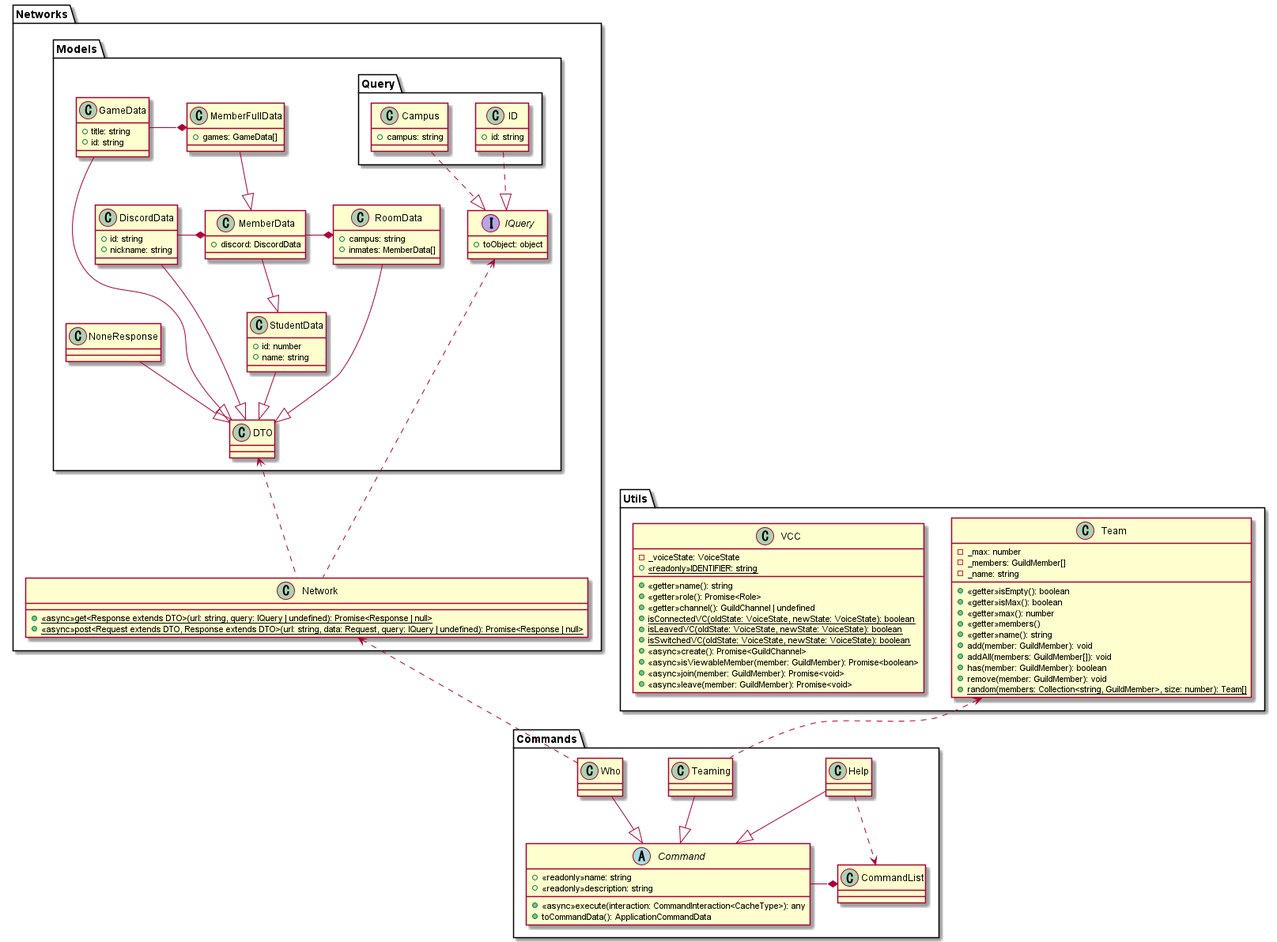
Above: out/classDiaglam/Discord-bot.png in nmskm240/Discord-bot (PlantUML), before the change.
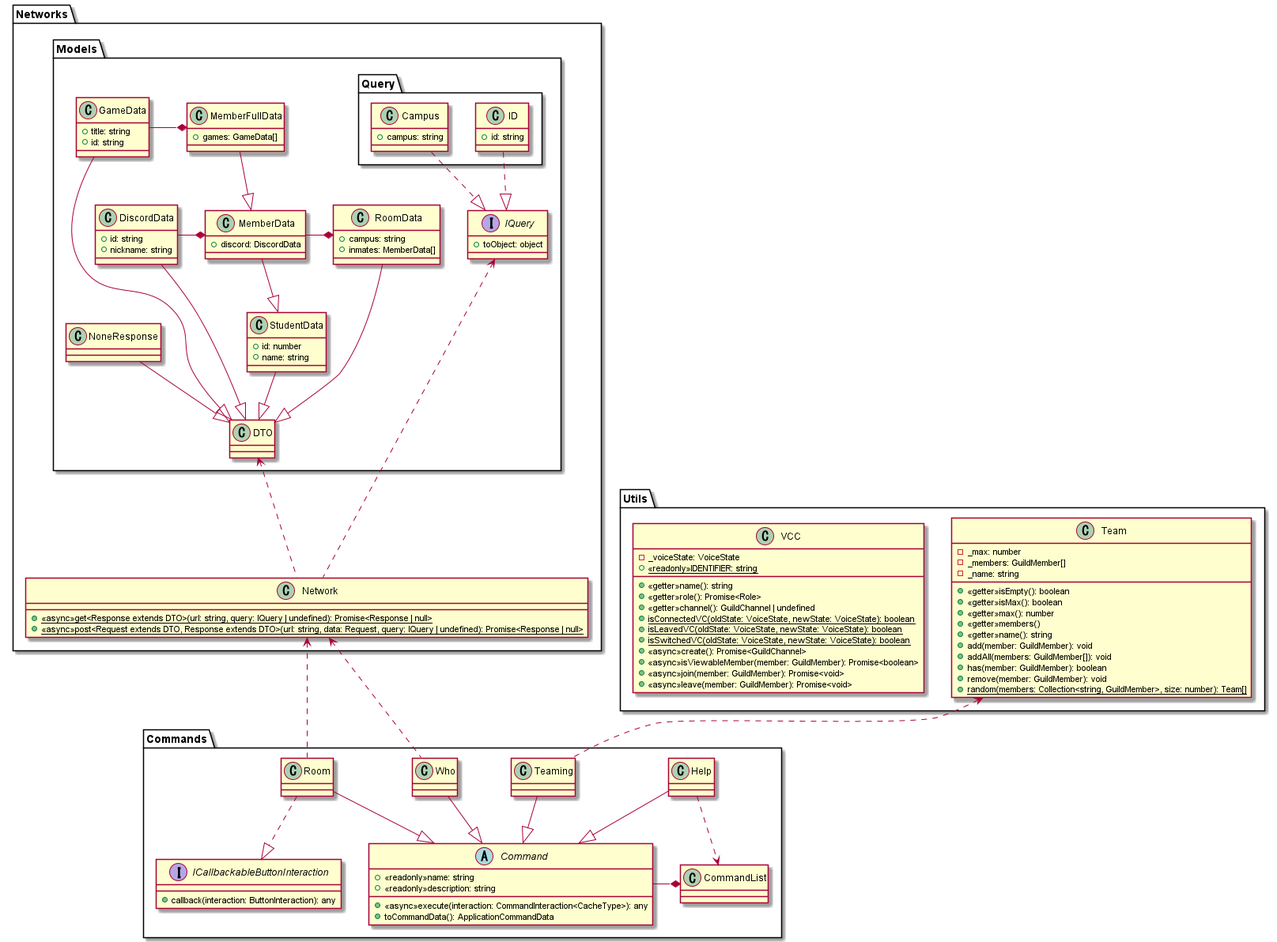
Above is the later version.

Commit message:
create room command

What changed in the source:
```diff
@@ -9,8 +9,13 @@
         +<<async>>execute(interaction: CommandInteraction<CacheType>): any
         +toCommandData(): ApplicationCommandData
     }
+    interface ICallbackableButtonInteraction
+    {
+        +callback(interaction: ButtonInteraction): any
+    }
     class CommandList
     class Help
+    class Room
     class Teaming
     class Who
 }
@@ -118,6 +123,7 @@
 }
 
 Help --|> Command
+Room --|> Command
 Teaming --|> Command
 Who --|> Command
 
@@ -129,6 +135,8 @@
 MemberData --|> StudentData
 MemberFullData --|> MemberData
 
+Room ..|> ICallbackableButtonInteraction
+
 Campus ..|> IQuery
 ID ..|> IQuery
 
@@ -139,6 +147,7 @@
 
 Help ..> CommandList
 Teaming .up.> Team
+Room .up.> Network
 Who .up.> Network
 Network .up.> IQuery
 Network .up.> DTO
```
